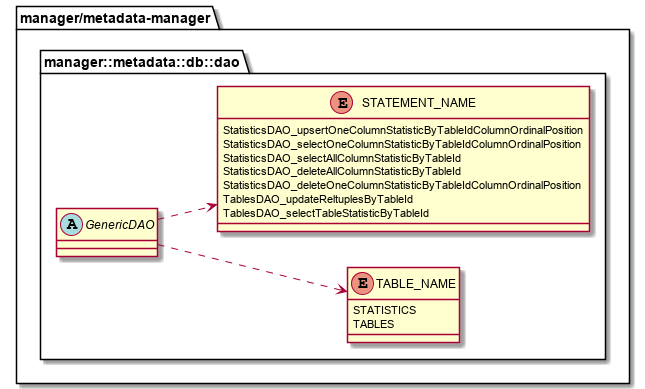
The PlantUML diagram metadata-manager/docs/statistic/02.FD/out/uml/ClassDiagram_detail/ClassDiagram_detail_dao_enum.png in project-tsurugi/metadata-manager, before a commit.
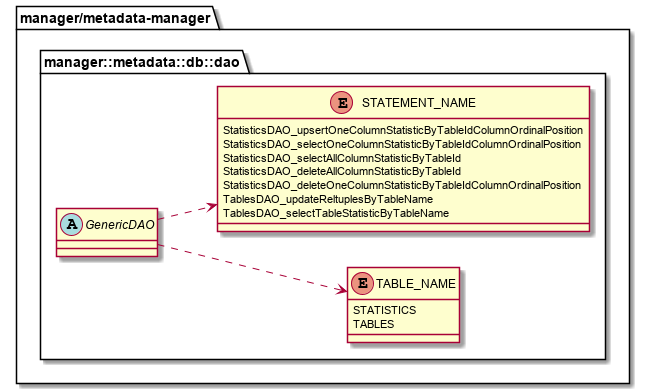
Above is the later version.

Diff of the diagram source:
```diff
@@ -17,8 +17,8 @@
       StatisticsDAO_selectAllColumnStatisticByTableId
       StatisticsDAO_deleteAllColumnStatisticByTableId
       StatisticsDAO_deleteOneColumnStatisticByTableIdColumnOrdinalPosition
-      TablesDAO_updateReltuplesByTableId
-      TablesDAO_selectTableStatisticByTableId
+      TablesDAO_updateReltuplesByTableName
+      TablesDAO_selectTableStatisticByTableName
     }
 
     abstract class GenericDAO
```
